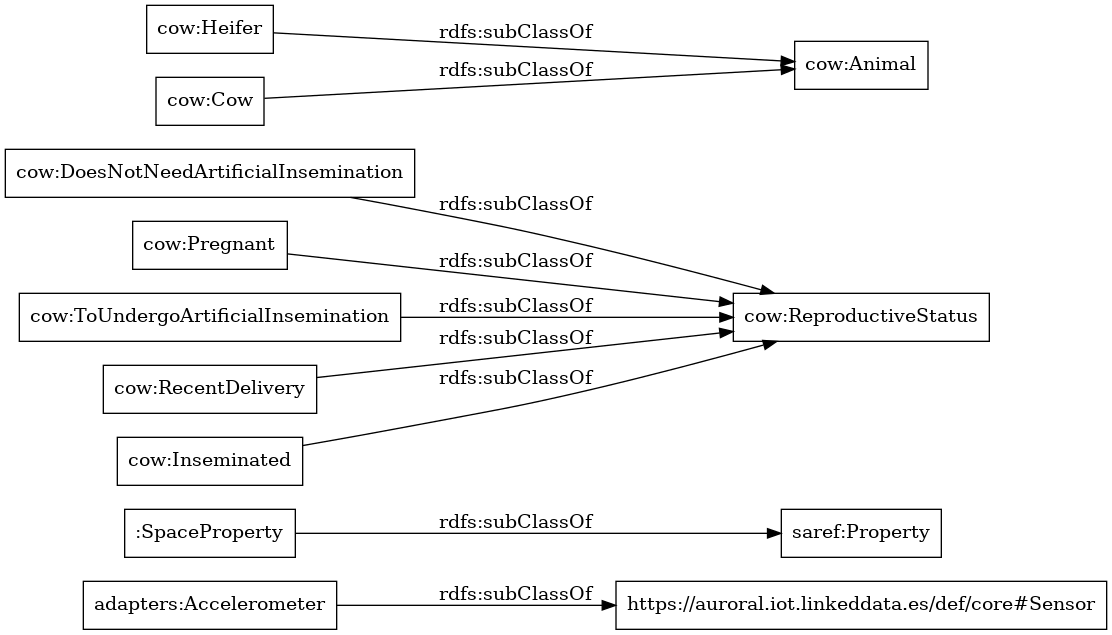
The Graphviz diagram OnToology/Ontology/cow-ontology.ttl/diagrams/ar2dtool-taxonomy/cow-ontology.ttl.png in oeg-upm/auroral-cow-ontology, before a commit. Its source is kept beside it as OnToology/Ontology/cow-ontology.ttl/diagrams/ar2dtool-taxonomy/cow-ontology.ttl.png.dot. Source of this version:
```dot
digraph ar2dtool_diagram {
rankdir=LR;
size="1000"
node [shape = rectangle, color="black"]; "adapters:Accelerometer" ":SpaceProperty" "cow:ReproductiveStatus" "cow:DoesNotNeedArtificialInsemination" "saref:Property" "cow:Heifer" "cow:Cow" "cow:Pregnant" "cow:Animal" "cow:ToUndergoArtificialInsemination" "cow:RecentDelivery" "cow:Inseminated" "https://auroral.iot.linkeddata.es/def/core#Sensor" ; /*classes style*/
	"cow:Inseminated" -> "cow:ReproductiveStatus" [ label = "rdfs:subClassOf" ];
	"adapters:Accelerometer" -> "https://auroral.iot.linkeddata.es/def/core#Sensor" [ label = "rdfs:subClassOf" ];
	"cow:ToUndergoArtificialInsemination" -> "cow:ReproductiveStatus" [ label = "rdfs:subClassOf" ];
	"cow:DoesNotNeedArtificialInsemination" -> "cow:ReproductiveStatus" [ label = "rdfs:subClassOf" ];
	":SpaceProperty" -> "saref:Property" [ label = "rdfs:subClassOf" ];
	"cow:Cow" -> "cow:Animal" [ label = "rdfs:subClassOf" ];
	"cow:Pregnant" -> "cow:ReproductiveStatus" [ label = "rdfs:subClassOf" ];
	"cow:Heifer" -> "cow:Animal" [ label = "rdfs:subClassOf" ];
	"cow:RecentDelivery" -> "cow:ReproductiveStatus" [ label = "rdfs:subClassOf" ];

}
```
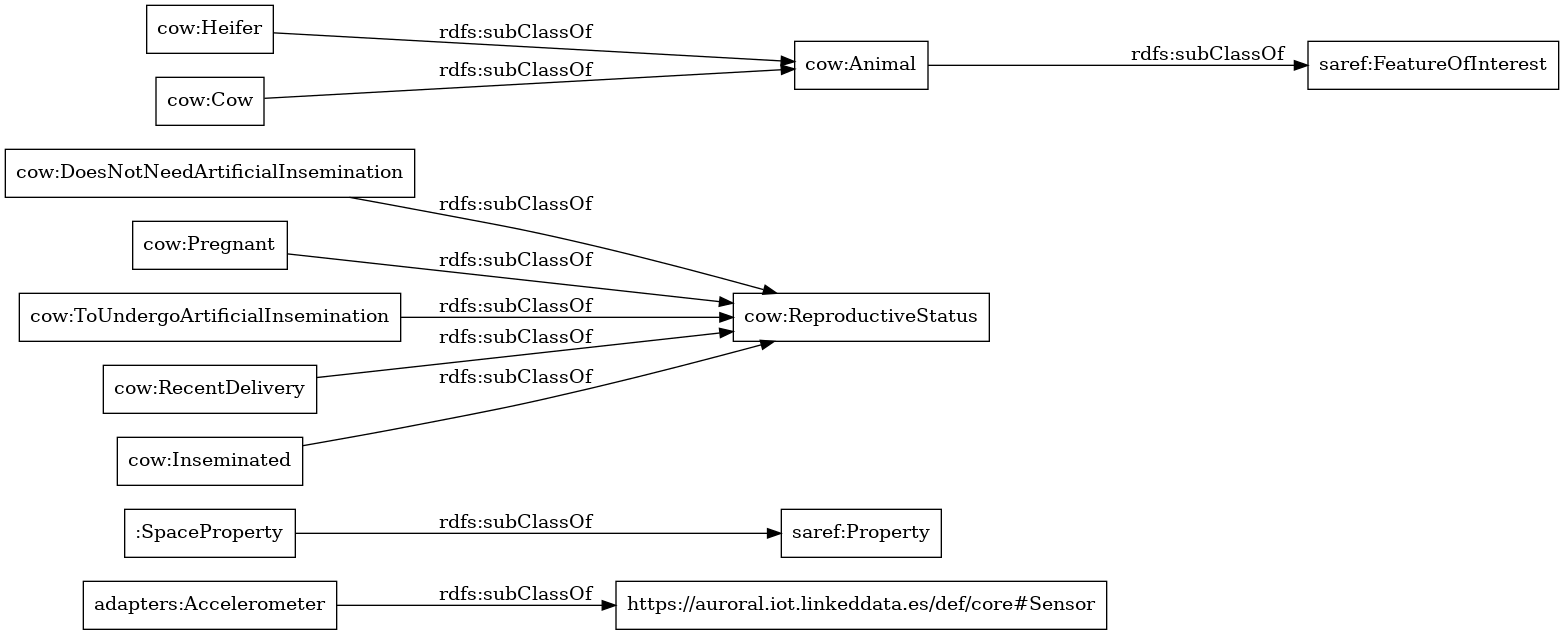
After the change.

Change to the diagram source:
```diff
@@ -1,10 +1,11 @@
 digraph ar2dtool_diagram {
 rankdir=LR;
 size="1000"
-node [shape = rectangle, color="black"]; "adapters:Accelerometer" ":SpaceProperty" "cow:ReproductiveStatus" "cow:DoesNotNeedArtificialInsemination" "saref:Property" "cow:Heifer" "cow:Cow" "cow:Pregnant" "cow:Animal" "cow:ToUndergoArtificialInsemination" "cow:RecentDelivery" "cow:Inseminated" "https://auroral.iot.linkeddata.es/def/core#Sensor" ; /*classes style*/
+node [shape = rectangle, color="black"]; "adapters:Accelerometer" ":SpaceProperty" "cow:ReproductiveStatus" "cow:DoesNotNeedArtificialInsemination" "saref:Property" "saref:FeatureOfInterest" "cow:Heifer" "cow:Cow" "cow:Pregnant" "cow:Animal" "cow:ToUndergoArtificialInsemination" "cow:RecentDelivery" "cow:Inseminated" "https://auroral.iot.linkeddata.es/def/core#Sensor" ; /*classes style*/
 	"cow:Inseminated" -> "cow:ReproductiveStatus" [ label = "rdfs:subClassOf" ];
 	"adapters:Accelerometer" -> "https://auroral.iot.linkeddata.es/def/core#Sensor" [ label = "rdfs:subClassOf" ];
 	"cow:ToUndergoArtificialInsemination" -> "cow:ReproductiveStatus" [ label = "rdfs:subClassOf" ];
+	"cow:Animal" -> "saref:FeatureOfInterest" [ label = "rdfs:subClassOf" ];
 	"cow:DoesNotNeedArtificialInsemination" -> "cow:ReproductiveStatus" [ label = "rdfs:subClassOf" ];
 	":SpaceProperty" -> "saref:Property" [ label = "rdfs:subClassOf" ];
 	"cow:Cow" -> "cow:Animal" [ label = "rdfs:subClassOf" ];
```
